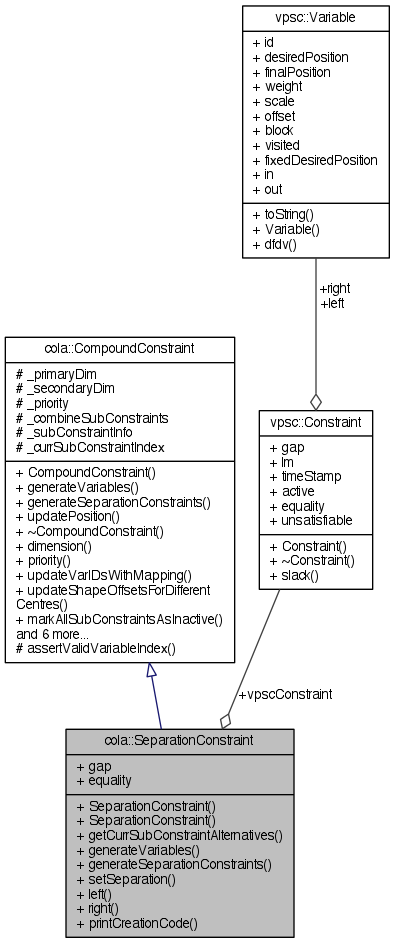
The Graphviz diagram documentation/classcola_1_1SeparationConstraint__coll__graph.png in mjwybrow/adaptagrams, before a commit. Its source is kept beside it as documentation/classcola_1_1SeparationConstraint__coll__graph.dot.
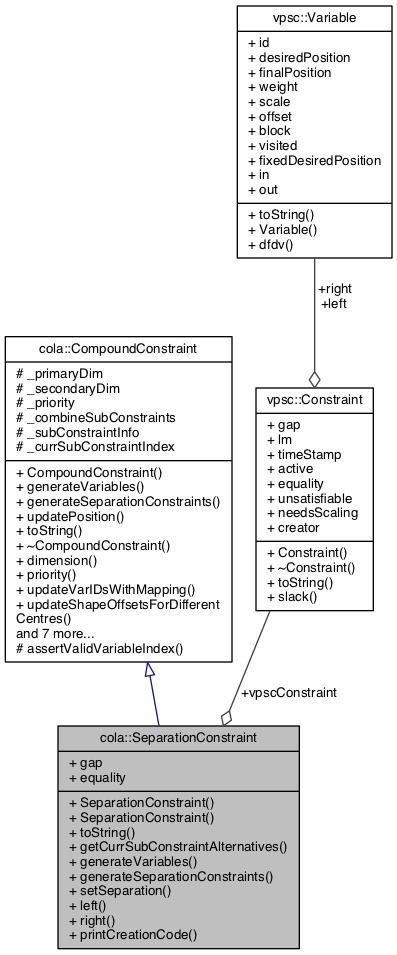
Above is the later version.

Diff of the diagram source:
```diff
@@ -2,11 +2,11 @@
 {
   edge [fontname="Helvetica",fontsize="10",labelfontname="Helvetica",labelfontsize="10"];
   node [fontname="Helvetica",fontsize="10",shape=record];
-  Node1 [label="{cola::SeparationConstraint\n|+ gap\l+ equality\l|+ SeparationConstraint()\l+ SeparationConstraint()\l+ getCurrSubConstraintAlternatives()\l+ generateVariables()\l+ generateSeparationConstraints()\l+ setSeparation()\l+ left()\l+ right()\l+ printCreationCode()\l}",height=0.2,width=0.4,color="black", fillcolor="grey75", style="filled" fontcolor="black"];
+  Node1 [label="{cola::SeparationConstraint\n|+ gap\l+ equality\l|+ SeparationConstraint()\l+ SeparationConstraint()\l+ toString()\l+ getCurrSubConstraintAlternatives()\l+ generateVariables()\l+ generateSeparationConstraints()\l+ setSeparation()\l+ left()\l+ right()\l+ printCreationCode()\l}",height=0.2,width=0.4,color="black", fillcolor="grey75", style="filled", fontcolor="black"];
   Node2 -> Node1 [dir="back",color="midnightblue",fontsize="10",style="solid",arrowtail="onormal",fontname="Helvetica"];
-  Node2 [label="{cola::CompoundConstraint\n|# _primaryDim\l# _secondaryDim\l# _priority\l# _combineSubConstraints\l# _subConstraintInfo\l# _currSubConstraintIndex\l|+ CompoundConstraint()\l+ generateVariables()\l+ generateSeparationConstraints()\l+ updatePosition()\l+ ~CompoundConstraint()\l+ dimension()\l+ priority()\l+ updateVarIDsWithMapping()\l+ updateShapeOffsetsForDifferent\lCentres()\l+ markAllSubConstraintsAsInactive()\land 6 more...\l# assertValidVariableIndex()\l}",height=0.2,width=0.4,color="black", fillcolor="white", style="filled",URL="$classcola_1_1CompoundConstraint.html",tooltip="An abstract base class for all high-level compound constraints."];
+  Node2 [label="{cola::CompoundConstraint\n|# _primaryDim\l# _secondaryDim\l# _priority\l# _combineSubConstraints\l# _subConstraintInfo\l# _currSubConstraintIndex\l|+ CompoundConstraint()\l+ generateVariables()\l+ generateSeparationConstraints()\l+ updatePosition()\l+ toString()\l+ ~CompoundConstraint()\l+ dimension()\l+ priority()\l+ updateVarIDsWithMapping()\l+ updateShapeOffsetsForDifferent\lCentres()\land 7 more...\l# assertValidVariableIndex()\l}",height=0.2,width=0.4,color="black", fillcolor="white", style="filled",URL="$classcola_1_1CompoundConstraint.html",tooltip="An abstract base class for all high-level compound constraints. "];
   Node3 -> Node1 [color="grey25",fontsize="10",style="solid",label=" +vpscConstraint" ,arrowhead="odiamond",fontname="Helvetica"];
-  Node3 [label="{vpsc::Constraint\n|+ gap\l+ lm\l+ timeStamp\l+ active\l+ equality\l+ unsatisfiable\l|+ Constraint()\l+ ~Constraint()\l+ slack()\l}",height=0.2,width=0.4,color="black", fillcolor="white", style="filled",URL="$classvpsc_1_1Constraint.html",tooltip="A constraint determines a minimum or exact spacing required between two Variable objects."];
+  Node3 [label="{vpsc::Constraint\n|+ gap\l+ lm\l+ timeStamp\l+ active\l+ equality\l+ unsatisfiable\l+ needsScaling\l+ creator\l|+ Constraint()\l+ ~Constraint()\l+ toString()\l+ slack()\l}",height=0.2,width=0.4,color="black", fillcolor="white", style="filled",URL="$classvpsc_1_1Constraint.html",tooltip="A constraint determines a minimum or exact spacing required between two Variable objects. "];
   Node4 -> Node3 [color="grey25",fontsize="10",style="solid",label=" +right\n+left" ,arrowhead="odiamond",fontname="Helvetica"];
-  Node4 [label="{vpsc::Variable\n|+ id\l+ desiredPosition\l+ finalPosition\l+ weight\l+ scale\l+ offset\l+ block\l+ visited\l+ fixedDesiredPosition\l+ in\l+ out\l|+ toString()\l+ Variable()\l+ dfdv()\l}",height=0.2,width=0.4,color="black", fillcolor="white", style="filled",URL="$classvpsc_1_1Variable.html",tooltip="A variable is comprised of an ideal position, final position and a weight."];
+  Node4 [label="{vpsc::Variable\n|+ id\l+ desiredPosition\l+ finalPosition\l+ weight\l+ scale\l+ offset\l+ block\l+ visited\l+ fixedDesiredPosition\l+ in\l+ out\l|+ toString()\l+ Variable()\l+ dfdv()\l}",height=0.2,width=0.4,color="black", fillcolor="white", style="filled",URL="$classvpsc_1_1Variable.html",tooltip="A variable is comprised of an ideal position, final position and a weight. "];
 }
```
